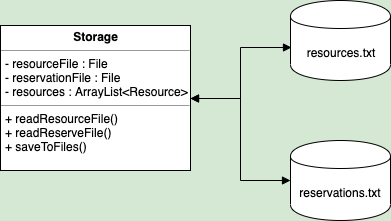
Before: docs/images/DeveloperGuide/StorageClassDiagram.png, a diagram exported from draw.io (nusCS2113-AY1920S1/PersonalAssistant-Duke). Source tidied: cells renumbered, new cells last; positions are measured from the earlier drawing's top-left corner, leaving out a move shared by most shapes. Its diagram source:
```xml
<mxGraphModel background="#D5E8D4">
  <root>
    <mxCell id="0" />
    <mxCell id="1" parent="0" />
    <mxCell id="2" value="&lt;p style=&quot;margin: 0px ; margin-top: 4px ; text-align: center&quot;&gt;&lt;b&gt;Storage&lt;/b&gt;&lt;/p&gt;&lt;hr size=&quot;1&quot;&gt;&lt;p style=&quot;margin: 0px ; margin-left: 4px&quot;&gt;- resourceFile : File&lt;br&gt;&lt;/p&gt;&lt;p style=&quot;margin: 0px ; margin-left: 4px&quot;&gt;- reservationFile : File&lt;/p&gt;&lt;p style=&quot;margin: 0px ; margin-left: 4px&quot;&gt;- resources : ArrayList&amp;lt;Resource&amp;gt;&lt;/p&gt;&lt;hr size=&quot;1&quot;&gt;&lt;p style=&quot;margin: 0px ; margin-left: 4px&quot;&gt;+ readResourceFile()&lt;/p&gt;&lt;p style=&quot;margin: 0px ; margin-left: 4px&quot;&gt;+ readReserveFile()&lt;/p&gt;&lt;p style=&quot;margin: 0px ; margin-left: 4px&quot;&gt;+ saveToFiles()&lt;/p&gt;&lt;p style=&quot;margin: 0px ; margin-left: 4px&quot;&gt;&amp;nbsp;&lt;/p&gt;" style="verticalAlign=top;align=left;overflow=fill;fontSize=12;fontFamily=Helvetica;html=1;rounded=0;shadow=0;comic=0;labelBackgroundColor=none;strokeColor=#000000;strokeWidth=1;fillColor=#ffffff;" parent="1" vertex="1">
      <mxGeometry y="25" width="190" height="145" as="geometry" />
    </mxCell>
    <mxCell id="3" value="resources.txt" style="shape=cylinder;whiteSpace=wrap;html=1;boundedLbl=1;backgroundOutline=1;" parent="1" vertex="1">
      <mxGeometry x="290" width="100" height="80" as="geometry" />
    </mxCell>
    <mxCell id="4" value="reservations.txt" style="shape=cylinder;whiteSpace=wrap;html=1;boundedLbl=1;backgroundOutline=1;" parent="1" vertex="1">
      <mxGeometry x="290" y="140" width="100" height="80" as="geometry" />
    </mxCell>
    <mxCell id="5" style="endArrow=block;startArrow=block;endFill=1;startFill=1;html=1;exitX=1;exitY=0.5;exitDx=0;exitDy=0;entryX=0.01;entryY=0.588;entryDx=0;entryDy=0;entryPerimeter=0;edgeStyle=orthogonalEdgeStyle;rounded=0;" parent="1" edge="1" source="2" target="3">
      <mxGeometry relative="1" as="geometry" />
    </mxCell>
    <mxCell id="6" style="endArrow=block;startArrow=block;endFill=1;startFill=1;html=1;exitX=1;exitY=0.5;exitDx=0;exitDy=0;entryX=0;entryY=0.5;entryDx=0;entryDy=0;edgeStyle=orthogonalEdgeStyle;rounded=0;" parent="1" edge="1" source="2" target="4">
      <mxGeometry relative="1" as="geometry" />
    </mxCell>
  </root>
</mxGraphModel>
```
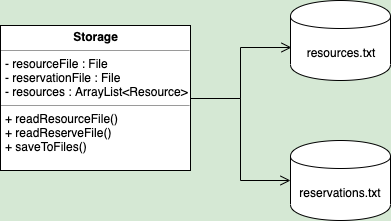
After the change.

Commit message:
Added updated class diagrams for Developer Guide

Diff of the diagram source:
```diff
@@ -11,10 +11,10 @@
     <mxCell id="4" value="reservations.txt" style="shape=cylinder;whiteSpace=wrap;html=1;boundedLbl=1;backgroundOutline=1;" parent="1" vertex="1">
       <mxGeometry x="290" y="140" width="100" height="80" as="geometry" />
     </mxCell>
-    <mxCell id="5" style="endArrow=block;startArrow=block;endFill=1;startFill=1;html=1;exitX=1;exitY=0.5;exitDx=0;exitDy=0;entryX=0.01;entryY=0.588;entryDx=0;entryDy=0;entryPerimeter=0;edgeStyle=orthogonalEdgeStyle;rounded=0;" parent="1" edge="1" source="2" target="3">
+    <mxCell id="5" style="endArrow=open;startArrow=none;endFill=0;startFill=0;html=1;exitX=1;exitY=0.5;exitDx=0;exitDy=0;entryX=0.01;entryY=0.588;entryDx=0;entryDy=0;entryPerimeter=0;edgeStyle=orthogonalEdgeStyle;rounded=0;startSize=6;endSize=8;" parent="1" edge="1" source="2" target="3">
       <mxGeometry relative="1" as="geometry" />
     </mxCell>
-    <mxCell id="6" style="endArrow=block;startArrow=block;endFill=1;startFill=1;html=1;exitX=1;exitY=0.5;exitDx=0;exitDy=0;entryX=0;entryY=0.5;entryDx=0;entryDy=0;edgeStyle=orthogonalEdgeStyle;rounded=0;" parent="1" edge="1" source="2" target="4">
+    <mxCell id="6" style="endArrow=open;startArrow=none;endFill=0;startFill=0;html=1;exitX=1;exitY=0.5;exitDx=0;exitDy=0;entryX=0;entryY=0.5;entryDx=0;entryDy=0;edgeStyle=orthogonalEdgeStyle;rounded=0;startSize=8;endSize=8;" parent="1" edge="1" source="2" target="4">
       <mxGeometry relative="1" as="geometry" />
     </mxCell>
   </root>
```
